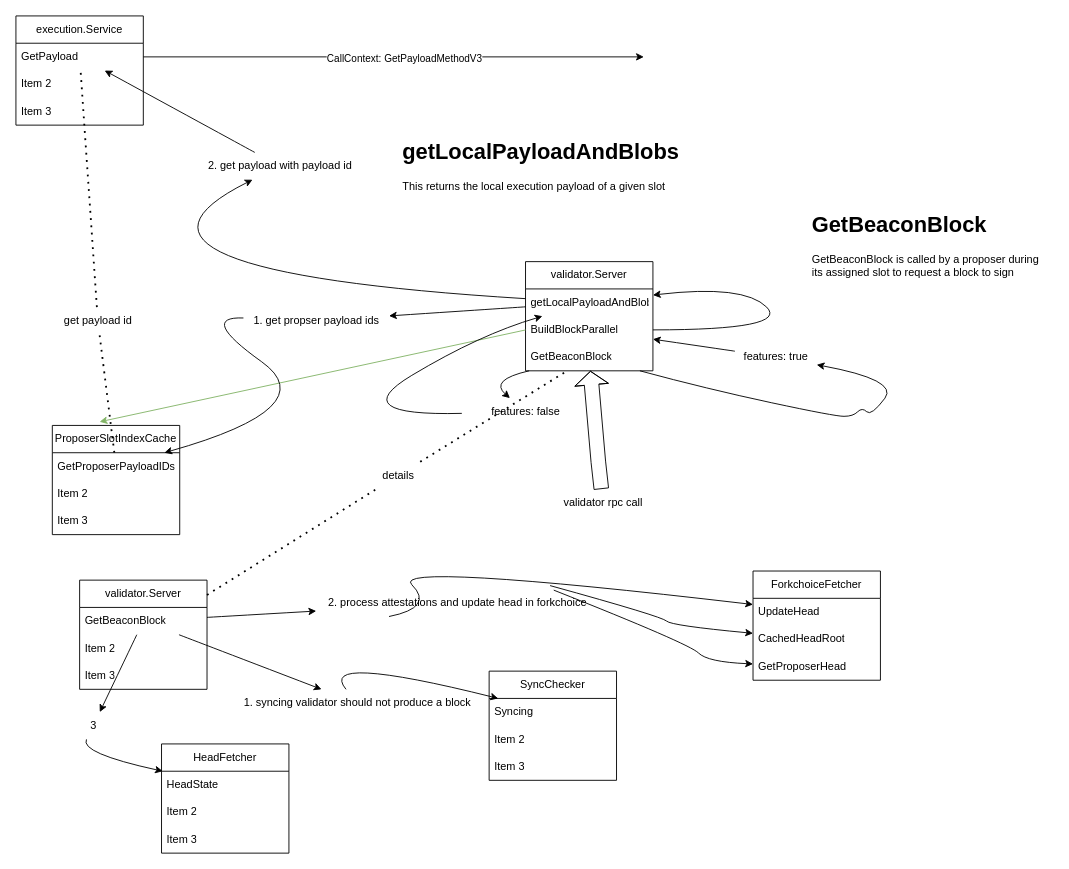
Before: page "GetBeaconBlock" (1 of 4) of eth/beacon.drawio in uz2020/draw, a draw.io diagram. Source tidied: cells renumbered, new cells numbered last; positions are measured from the earlier drawing's top-left corner, leaving out a move shared by most shapes. Both pictures are drawn from the tidied source at 91%, with x=0, y=0 at pixel (15, 15).
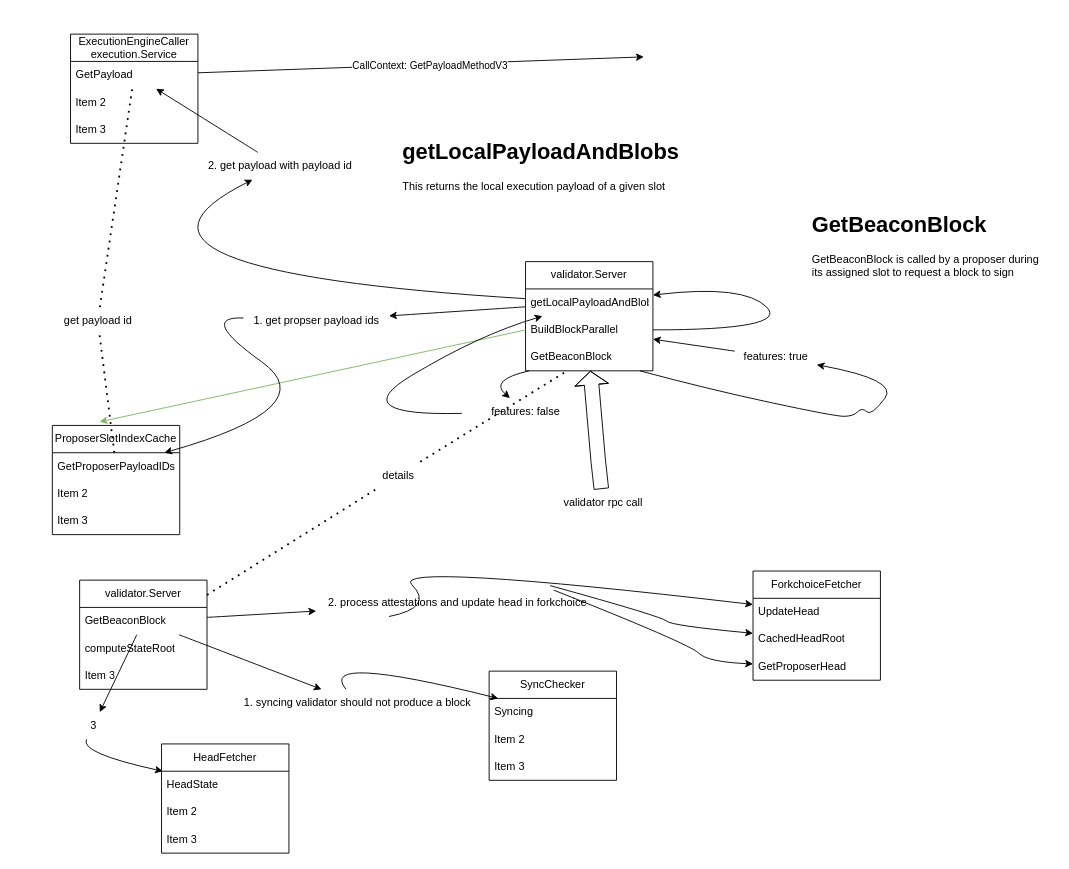
The same diagram, later.

Unchanged cells that the change refers to:
```xml
<mxCell id="39" value="validator.Server" style="swimlane;fontStyle=0;horizontal=1;startSize=30;whiteSpace=wrap;html=1;" parent="1" vertex="1">
  <mxGeometry x="70" y="620" width="140" height="120" as="geometry" />
</mxCell>
```

The edit, as a diff of the source:
```diff
@@
-    <mxCell id="2" value="execution.Service" style="swimlane;fontStyle=0;horizontal=1;startSize=30;whiteSpace=wrap;html=1;" parent="1" vertex="1">
-      <mxGeometry width="140" height="120" as="geometry" />
+    <mxCell id="2" value="ExecutionEngineCaller&lt;br&gt;execution.Service" style="swimlane;fontStyle=0;horizontal=1;startSize=30;whiteSpace=wrap;html=1;" parent="1" vertex="1">
+      <mxGeometry x="60" y="20" width="140" height="120" as="geometry" />
     </mxCell>
@@
-    <mxCell id="41" value="Item 2" style="text;strokeColor=none;fillColor=none;align=left;verticalAlign=middle;spacingLeft=4;spacingRight=4;overflow=hidden;whiteSpace=wrap;html=1;" parent="39" vertex="1">
+    <mxCell id="41" value="computeStateRoot" style="text;strokeColor=none;fillColor=none;align=left;verticalAlign=middle;spacingLeft=4;spacingRight=4;overflow=hidden;whiteSpace=wrap;html=1;" parent="39" vertex="1">
       <mxGeometry y="60" width="140" height="30" as="geometry" />
     </mxCell>
```
